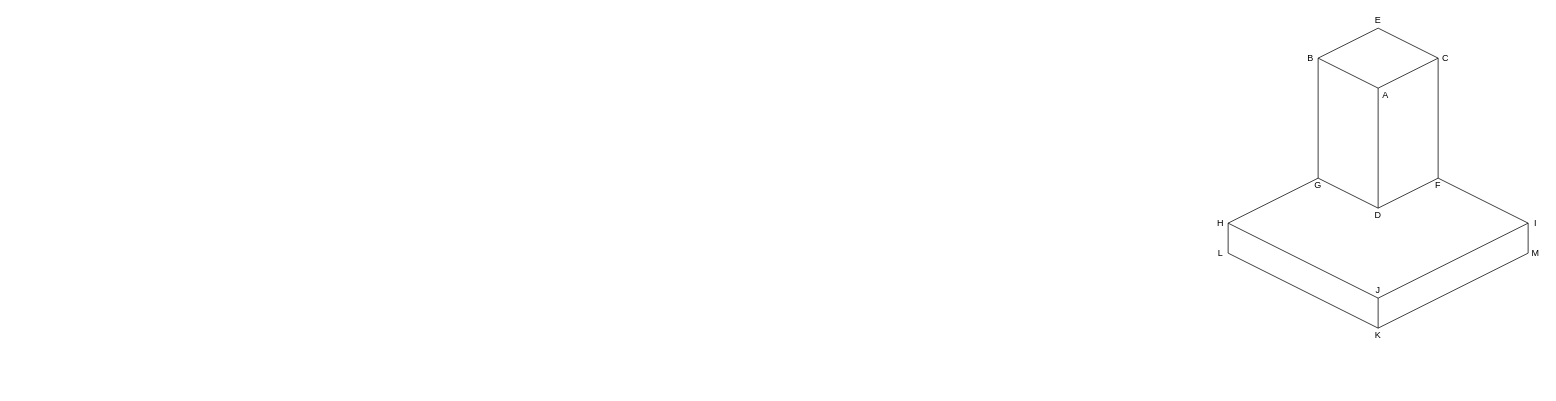
Earlier version of the draw.io diagram docs/images/chapter17/fig-17-08.drawio (norvig/paip-lisp). Source tidied: cells renumbered, new cells numbered last; positions are measured from the earlier drawing's top-left corner, leaving out a move shared by most shapes. Both pictures are drawn from the tidied source at 75%, with x=0, y=0 at pixel (1213, 13).
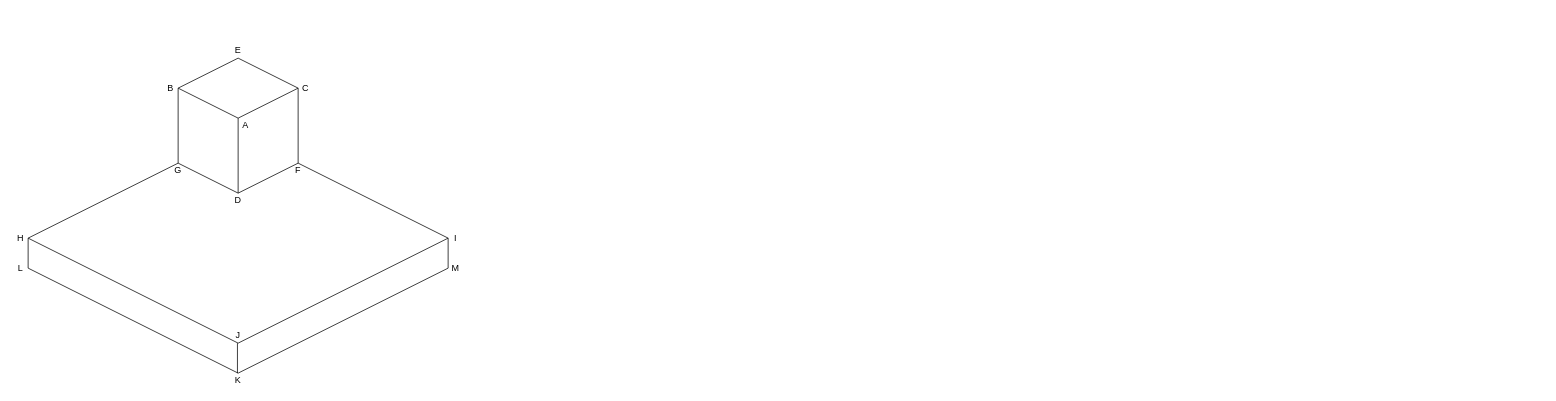
Above is the later version.

The edit, as a diff of the source:
```diff
@@
-    <mxCell id="2" style="endArrow=none;html=1;rounded=0;" parent="1" edge="1">
-      <mxGeometry relative="1" as="geometry">
-        <mxPoint x="140" y="60" as="sourcePoint" />
-        <mxPoint x="220" y="20" as="targetPoint" />
-      </mxGeometry>
-    </mxCell>
-    <mxCell id="3" style="endArrow=none;html=1;rounded=0;" parent="1" edge="1">
-      <mxGeometry relative="1" as="geometry">
-        <mxPoint x="220" y="100" as="sourcePoint" />
-        <mxPoint x="300" y="60" as="targetPoint" />
-      </mxGeometry>
-    </mxCell>
-    <mxCell id="4" style="endArrow=none;html=1;rounded=0;" parent="1" edge="1">
-      <mxGeometry relative="1" as="geometry">
-        <mxPoint x="140" y="60" as="sourcePoint" />
-        <mxPoint x="220" y="100" as="targetPoint" />
-      </mxGeometry>
-    </mxCell>
-    <mxCell id="5" style="endArrow=none;html=1;rounded=0;" parent="1" edge="1">
-      <mxGeometry relative="1" as="geometry">
-        <mxPoint x="220" y="20" as="sourcePoint" />
-        <mxPoint x="300" y="60" as="targetPoint" />
-      </mxGeometry>
-    </mxCell>
-    <mxCell id="6" style="endArrow=none;html=1;rounded=0;" parent="1" edge="1">
-      <mxGeometry relative="1" as="geometry">
-        <mxPoint x="140" y="220" as="sourcePoint" />
-        <mxPoint x="140" y="60" as="targetPoint" />
-      </mxGeometry>
-    </mxCell>
-    <mxCell id="7" style="endArrow=none;html=1;rounded=0;" parent="1" edge="1">
-      <mxGeometry relative="1" as="geometry">
-        <mxPoint x="140" y="220" as="sourcePoint" />
-        <mxPoint x="220" y="260" as="targetPoint" />
-      </mxGeometry>
-    </mxCell>
-    <mxCell id="8" style="endArrow=none;html=1;rounded=0;" parent="1" edge="1">
-      <mxGeometry relative="1" as="geometry">
-        <mxPoint x="220" y="260" as="sourcePoint" />
-        <mxPoint x="220" y="100" as="targetPoint" />
-      </mxGeometry>
-    </mxCell>
-    <mxCell id="9" style="endArrow=none;html=1;rounded=0;" parent="1" edge="1">
-      <mxGeometry relative="1" as="geometry">
-        <mxPoint x="300" y="220" as="sourcePoint" />
-        <mxPoint x="300" y="60" as="targetPoint" />
-      </mxGeometry>
-    </mxCell>
-    <mxCell id="10" style="endArrow=none;html=1;rounded=0;" parent="1" edge="1">
-      <mxGeometry relative="1" as="geometry">
-        <mxPoint x="220" y="260" as="sourcePoint" />
-        <mxPoint x="300" y="220" as="targetPoint" />
-      </mxGeometry>
-    </mxCell>
-    <mxCell id="11" style="endArrow=none;html=1;rounded=0;" parent="1" edge="1">
-      <mxGeometry relative="1" as="geometry">
-        <mxPoint x="20" y="280" as="sourcePoint" />
-        <mxPoint x="140" y="220" as="targetPoint" />
-      </mxGeometry>
-    </mxCell>
-    <mxCell id="12" style="endArrow=none;html=1;rounded=0;" parent="1" edge="1">
-      <mxGeometry relative="1" as="geometry">
-        <mxPoint x="300" y="220" as="sourcePoint" />
-        <mxPoint x="420" y="280" as="targetPoint" />
-      </mxGeometry>
-    </mxCell>
-    <mxCell id="13" style="endArrow=none;html=1;rounded=0;" parent="1" edge="1">
-      <mxGeometry relative="1" as="geometry">
-        <mxPoint x="220" y="380" as="sourcePoint" />
-        <mxPoint x="420" y="280" as="targetPoint" />
-      </mxGeometry>
-    </mxCell>
-    <mxCell id="14" style="endArrow=none;html=1;rounded=0;" parent="1" edge="1">
-      <mxGeometry relative="1" as="geometry">
-        <mxPoint x="220" y="380" as="sourcePoint" />
-        <mxPoint x="20" y="280" as="targetPoint" />
-      </mxGeometry>
-    </mxCell>
-    <mxCell id="15" style="endArrow=none;html=1;rounded=0;" parent="1" edge="1">
-      <mxGeometry relative="1" as="geometry">
-        <mxPoint x="220" y="420" as="sourcePoint" />
-        <mxPoint x="420" y="320" as="targetPoint" />
-      </mxGeometry>
-    </mxCell>
-    <mxCell id="16" style="endArrow=none;html=1;rounded=0;" parent="1" edge="1">
-      <mxGeometry relative="1" as="geometry">
-        <mxPoint x="220" y="420" as="sourcePoint" />
-        <mxPoint x="20" y="320" as="targetPoint" />
-      </mxGeometry>
-    </mxCell>
-    <mxCell id="17" style="endArrow=none;html=1;rounded=0;" parent="1" edge="1">
-      <mxGeometry relative="1" as="geometry">
-        <mxPoint x="20" y="320" as="sourcePoint" />
-        <mxPoint x="20" y="280" as="targetPoint" />
-      </mxGeometry>
-    </mxCell>
-    <mxCell id="18" style="endArrow=none;html=1;rounded=0;" parent="1" edge="1">
-      <mxGeometry relative="1" as="geometry">
-        <mxPoint x="220" y="420" as="sourcePoint" />
-        <mxPoint x="220" y="380" as="targetPoint" />
-      </mxGeometry>
-    </mxCell>
-    <mxCell id="19" style="endArrow=none;html=1;rounded=0;" parent="1" edge="1">
-      <mxGeometry relative="1" as="geometry">
-        <mxPoint x="420" y="320" as="sourcePoint" />
-        <mxPoint x="420" y="280" as="targetPoint" />
-      </mxGeometry>
-    </mxCell>
+    <mxCell id="33" style="endArrow=none;html=1;rounded=0;" parent="1" edge="1">
+      <mxGeometry relative="1" as="geometry">
+        <mxPoint x="-1380" y="100" as="sourcePoint" />
+        <mxPoint x="-1300" y="60" as="targetPoint" />
+      </mxGeometry>
+    </mxCell>
+    <mxCell id="34" style="endArrow=none;html=1;rounded=0;" parent="1" edge="1">
+      <mxGeometry relative="1" as="geometry">
+        <mxPoint x="-1300" y="140" as="sourcePoint" />
+        <mxPoint x="-1220" y="100" as="targetPoint" />
+      </mxGeometry>
+    </mxCell>
+    <mxCell id="35" style="endArrow=none;html=1;rounded=0;" parent="1" edge="1">
+      <mxGeometry relative="1" as="geometry">
+        <mxPoint x="-1380" y="100" as="sourcePoint" />
+        <mxPoint x="-1300" y="140" as="targetPoint" />
+      </mxGeometry>
+    </mxCell>
+    <mxCell id="36" style="endArrow=none;html=1;rounded=0;" parent="1" edge="1">
+      <mxGeometry relative="1" as="geometry">
+        <mxPoint x="-1300" y="60" as="sourcePoint" />
+        <mxPoint x="-1220" y="100" as="targetPoint" />
+      </mxGeometry>
+    </mxCell>
+    <mxCell id="37" style="endArrow=none;html=1;rounded=0;entryX=1;entryY=0.5;entryDx=0;entryDy=0;" parent="1" edge="1" target="23">
+      <mxGeometry relative="1" as="geometry">
+        <mxPoint x="-1380" y="200" as="sourcePoint" />
+      </mxGeometry>
+    </mxCell>
+    <mxCell id="38" style="endArrow=none;html=1;rounded=0;" parent="1" edge="1">
+      <mxGeometry relative="1" as="geometry">
+        <mxPoint x="-1380" y="200" as="sourcePoint" />
+        <mxPoint x="-1300" y="240" as="targetPoint" />
+      </mxGeometry>
+    </mxCell>
+    <mxCell id="39" style="endArrow=none;html=1;rounded=0;entryX=0;entryY=0;entryDx=0;entryDy=0;" parent="1" edge="1" target="22">
+      <mxGeometry relative="1" as="geometry">
+        <mxPoint x="-1300" y="240" as="sourcePoint" />
+      </mxGeometry>
+    </mxCell>
+    <mxCell id="40" style="endArrow=none;html=1;rounded=0;entryX=0;entryY=0.5;entryDx=0;entryDy=0;" parent="1" edge="1" target="21">
+      <mxGeometry relative="1" as="geometry">
+        <mxPoint x="-1220" y="200" as="sourcePoint" />
+      </mxGeometry>
+    </mxCell>
+    <mxCell id="41" style="endArrow=none;html=1;rounded=0;" parent="1" edge="1">
+      <mxGeometry relative="1" as="geometry">
+        <mxPoint x="-1300" y="240" as="sourcePoint" />
+        <mxPoint x="-1220" y="200" as="targetPoint" />
+      </mxGeometry>
+    </mxCell>
+    <mxCell id="42" style="endArrow=none;html=1;rounded=0;exitX=1;exitY=0.5;exitDx=0;exitDy=0;" parent="1" edge="1" source="27">
+      <mxGeometry relative="1" as="geometry">
+        <mxPoint x="-1380" y="200" as="targetPoint" />
+      </mxGeometry>
+    </mxCell>
+    <mxCell id="43" style="endArrow=none;html=1;rounded=0;" parent="1" edge="1">
+      <mxGeometry relative="1" as="geometry">
+        <mxPoint x="-1220" y="200" as="sourcePoint" />
+        <mxPoint x="-1020" y="300" as="targetPoint" />
+      </mxGeometry>
+    </mxCell>
+    <mxCell id="44" style="endArrow=none;html=1;rounded=0;entryX=0;entryY=0.5;entryDx=0;entryDy=0;" parent="1" edge="1" target="31">
+      <mxGeometry relative="1" as="geometry">
+        <mxPoint x="-1300" y="440" as="sourcePoint" />
+      </mxGeometry>
+    </mxCell>
+    <mxCell id="45" style="endArrow=none;html=1;rounded=0;entryX=1;entryY=0.5;entryDx=0;entryDy=0;" parent="1" edge="1" target="27">
+      <mxGeometry relative="1" as="geometry">
+        <mxPoint x="-1300" y="440" as="sourcePoint" />
+      </mxGeometry>
+    </mxCell>
+    <mxCell id="46" style="endArrow=none;html=1;rounded=0;" parent="1" edge="1">
+      <mxGeometry relative="1" as="geometry">
+        <mxPoint x="-1300" y="480" as="sourcePoint" />
+        <mxPoint x="-1020" y="340" as="targetPoint" />
+      </mxGeometry>
+    </mxCell>
+    <mxCell id="47" style="endArrow=none;html=1;rounded=0;" parent="1" edge="1">
+      <mxGeometry relative="1" as="geometry">
+        <mxPoint x="-1300" y="480" as="sourcePoint" />
+        <mxPoint x="-1580" y="340" as="targetPoint" />
+      </mxGeometry>
+    </mxCell>
+    <mxCell id="48" style="endArrow=none;html=1;rounded=0;" parent="1" edge="1">
+      <mxGeometry relative="1" as="geometry">
+        <mxPoint x="-1580" y="340" as="sourcePoint" />
+        <mxPoint x="-1580" y="300" as="targetPoint" />
+      </mxGeometry>
+    </mxCell>
+    <mxCell id="49" style="endArrow=none;html=1;rounded=0;" parent="1" edge="1">
+      <mxGeometry relative="1" as="geometry">
+        <mxPoint x="-1300.9" y="480" as="sourcePoint" />
+        <mxPoint x="-1300.9" y="440" as="targetPoint" />
+      </mxGeometry>
+    </mxCell>
+    <mxCell id="50" style="endArrow=none;html=1;rounded=0;" parent="1" edge="1">
+      <mxGeometry relative="1" as="geometry">
+        <mxPoint x="-1020" y="340" as="sourcePoint" />
+        <mxPoint x="-1020" y="300" as="targetPoint" />
+      </mxGeometry>
+    </mxCell>
     <mxCell id="20" value="E" style="text;html=1;strokeColor=none;fillColor=none;align=center;verticalAlign=middle;whiteSpace=wrap;rounded=0;" parent="1" vertex="1">
-      <mxGeometry x="210" width="20" height="20" as="geometry" />
+      <mxGeometry x="-1310" y="40" width="20" height="20" as="geometry" />
     </mxCell>
     <mxCell id="21" value="C" style="text;html=1;strokeColor=none;fillColor=none;align=center;verticalAlign=middle;whiteSpace=wrap;rounded=0;" parent="1" vertex="1">
-      <mxGeometry x="300" y="50" width="20" height="20" as="geometry" />
+      <mxGeometry x="-1220" y="90" width="20" height="20" as="geometry" />
     </mxCell>
     <mxCell id="22" value="A" style="text;html=1;strokeColor=none;fillColor=none;align=center;verticalAlign=middle;whiteSpace=wrap;rounded=0;" parent="1" vertex="1">
-      <mxGeometry x="220" y="100" width="20" height="20" as="geometry" />
+      <mxGeometry x="-1300" y="140" width="20" height="20" as="geometry" />
     </mxCell>
     <mxCell id="23" value="B" style="text;html=1;strokeColor=none;fillColor=none;align=center;verticalAlign=middle;whiteSpace=wrap;rounded=0;" parent="1" vertex="1">
-      <mxGeometry x="120" y="50" width="20" height="20" as="geometry" />
+      <mxGeometry x="-1400" y="90" width="20" height="20" as="geometry" />
     </mxCell>
     <mxCell id="24" value="G" style="text;html=1;strokeColor=none;fillColor=none;align=center;verticalAlign=middle;whiteSpace=wrap;rounded=0;" parent="1" vertex="1">
-      <mxGeometry x="130" y="220" width="20" height="20" as="geometry" />
+      <mxGeometry x="-1390" y="200" width="20" height="20" as="geometry" />
     </mxCell>
     <mxCell id="25" value="D" style="text;html=1;strokeColor=none;fillColor=none;align=center;verticalAlign=middle;whiteSpace=wrap;rounded=0;" parent="1" vertex="1">
-      <mxGeometry x="210" y="260" width="20" height="20" as="geometry" />
+      <mxGeometry x="-1310" y="240" width="20" height="20" as="geometry" />
     </mxCell>
     <mxCell id="26" value="F" style="text;html=1;strokeColor=none;fillColor=none;align=center;verticalAlign=middle;whiteSpace=wrap;rounded=0;" parent="1" vertex="1">
-      <mxGeometry x="290" y="220" width="20" height="20" as="geometry" />
+      <mxGeometry x="-1230" y="200" width="20" height="20" as="geometry" />
     </mxCell>
     <mxCell id="27" value="H" style="text;html=1;strokeColor=none;fillColor=none;align=center;verticalAlign=middle;whiteSpace=wrap;rounded=0;" parent="1" vertex="1">
-      <mxGeometry y="270" width="20" height="20" as="geometry" />
+      <mxGeometry x="-1600" y="290" width="20" height="20" as="geometry" />
     </mxCell>
     <mxCell id="28" value="L" style="text;html=1;strokeColor=none;fillColor=none;align=center;verticalAlign=middle;whiteSpace=wrap;rounded=0;" parent="1" vertex="1">
-      <mxGeometry y="310" width="20" height="20" as="geometry" />
+      <mxGeometry x="-1600" y="330" width="20" height="20" as="geometry" />
     </mxCell>
     <mxCell id="29" value="J" style="text;html=1;strokeColor=none;fillColor=none;align=center;verticalAlign=middle;whiteSpace=wrap;rounded=0;" parent="1" vertex="1">
-      <mxGeometry x="210" y="360" width="20" height="20" as="geometry" />
+      <mxGeometry x="-1310" y="420" width="20" height="20" as="geometry" />
     </mxCell>
     <mxCell id="30" value="K" style="text;html=1;strokeColor=none;fillColor=none;align=center;verticalAlign=middle;whiteSpace=wrap;rounded=0;" parent="1" vertex="1">
-      <mxGeometry x="210" y="420" width="20" height="20" as="geometry" />
+      <mxGeometry x="-1310" y="480" width="20" height="20" as="geometry" />
     </mxCell>
     <mxCell id="31" value="I" style="text;html=1;strokeColor=none;fillColor=none;align=center;verticalAlign=middle;whiteSpace=wrap;rounded=0;" parent="1" vertex="1">
-      <mxGeometry x="420" y="270" width="20" height="20" as="geometry" />
+      <mxGeometry x="-1020" y="290" width="20" height="20" as="geometry" />
     </mxCell>
     <mxCell id="32" value="M" style="text;html=1;strokeColor=none;fillColor=none;align=center;verticalAlign=middle;whiteSpace=wrap;rounded=0;" parent="1" vertex="1">
-      <mxGeometry x="420" y="310" width="20" height="20" as="geometry" />
+      <mxGeometry x="-1020" y="330" width="20" height="20" as="geometry" />
     </mxCell>
```
